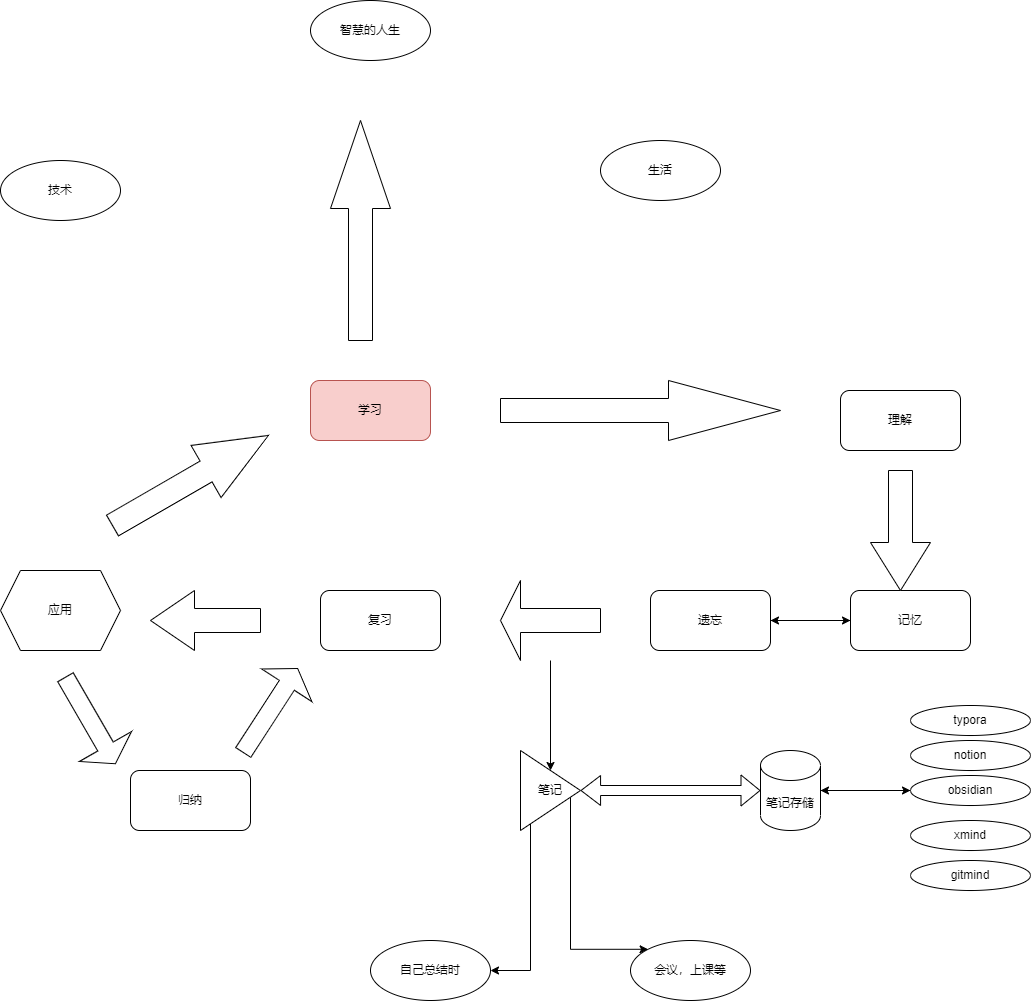
alowisdom/draw keeps this draw.io diagram as 学习流程图.drawio.png. Above is the earlier version. Source tidied: cells renumbered, new cells last; positions are measured from the earlier drawing's top-left corner, leaving out a move shared by most shapes.
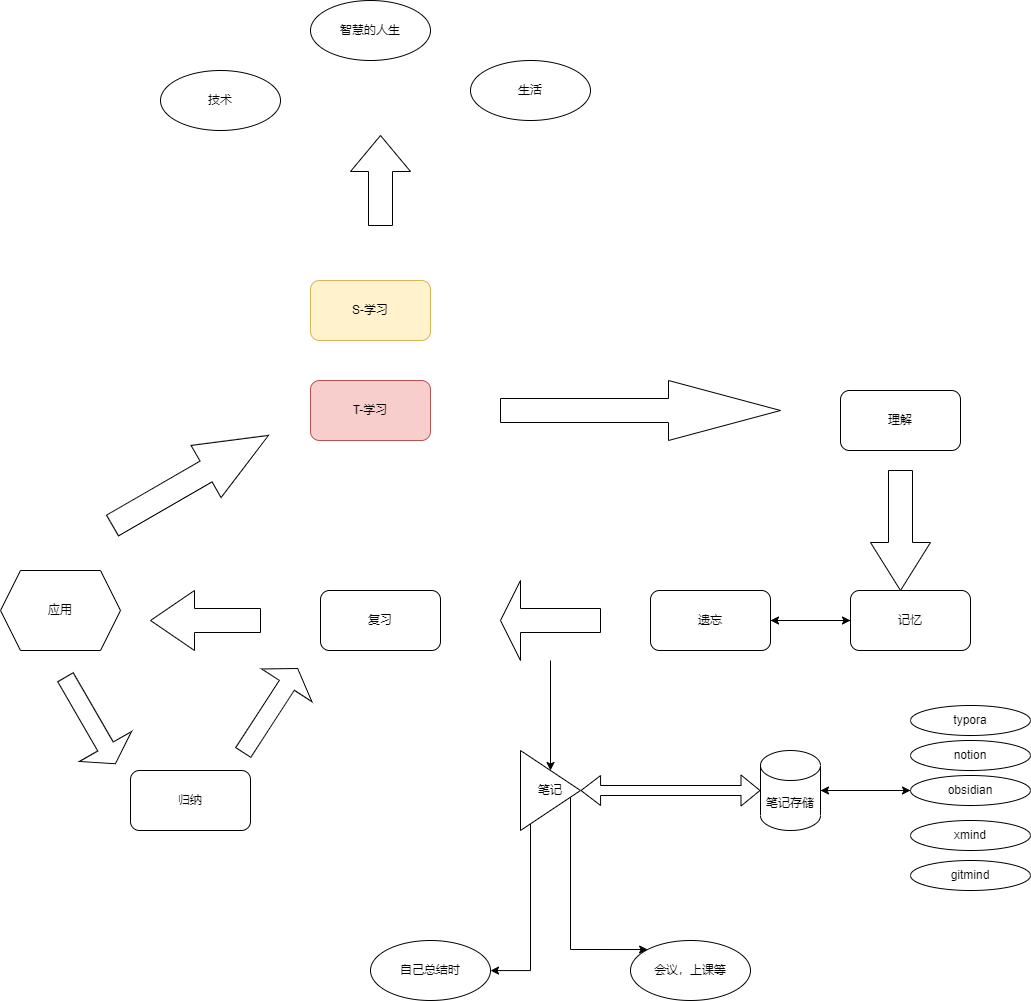
Later version of the same file.

Commit message:
更新学习流程图.drawio.png

The edit, as a diff of the source:
```diff
@@ -2,7 +2,7 @@
   <root>
     <mxCell id="0" />
     <mxCell id="1" parent="0" />
-    <mxCell id="2" value="学习" style="rounded=1;whiteSpace=wrap;html=1;fillColor=#f8cecc;strokeColor=#b85450;" parent="1" vertex="1">
+    <mxCell id="2" value="T-学习" style="rounded=1;whiteSpace=wrap;html=1;fillColor=#f8cecc;strokeColor=#b85450;" parent="1" vertex="1">
       <mxGeometry x="310" y="380" width="120" height="60" as="geometry" />
     </mxCell>
     <mxCell id="3" value="理解" style="rounded=1;whiteSpace=wrap;html=1;" parent="1" vertex="1">
@@ -104,16 +104,19 @@
       <mxGeometry x="910" y="705" width="120" height="30" as="geometry" />
     </mxCell>
     <mxCell id="33" value="技术" style="ellipse;whiteSpace=wrap;html=1;" parent="1" vertex="1">
-      <mxGeometry y="160" width="120" height="60" as="geometry" />
+      <mxGeometry x="160" y="70" width="120" height="60" as="geometry" />
     </mxCell>
     <mxCell id="34" value="生活" style="ellipse;whiteSpace=wrap;html=1;" parent="1" vertex="1">
-      <mxGeometry x="600" y="140" width="120" height="60" as="geometry" />
+      <mxGeometry x="470" y="60" width="120" height="60" as="geometry" />
     </mxCell>
     <mxCell id="35" value="智慧的人生" style="ellipse;whiteSpace=wrap;html=1;" parent="1" vertex="1">
       <mxGeometry x="310" width="120" height="60" as="geometry" />
     </mxCell>
     <mxCell id="36" style="shape=singleArrow;whiteSpace=wrap;html=1;arrowWidth=0.4;arrowSize=0.4;rotation=-90;" parent="1" vertex="1">
-      <mxGeometry x="250" y="200" width="220" height="60" as="geometry" />
+      <mxGeometry x="335" y="150" width="90" height="60" as="geometry" />
     </mxCell>
+    <mxCell id="37" value="S-学习" style="rounded=1;whiteSpace=wrap;html=1;fillColor=#fff2cc;strokeColor=#d6b656;" parent="1" vertex="1">
+      <mxGeometry x="310" y="280" width="120" height="60" as="geometry" />
+    </mxCell>
   </root>
 </mxGraphModel>
```
